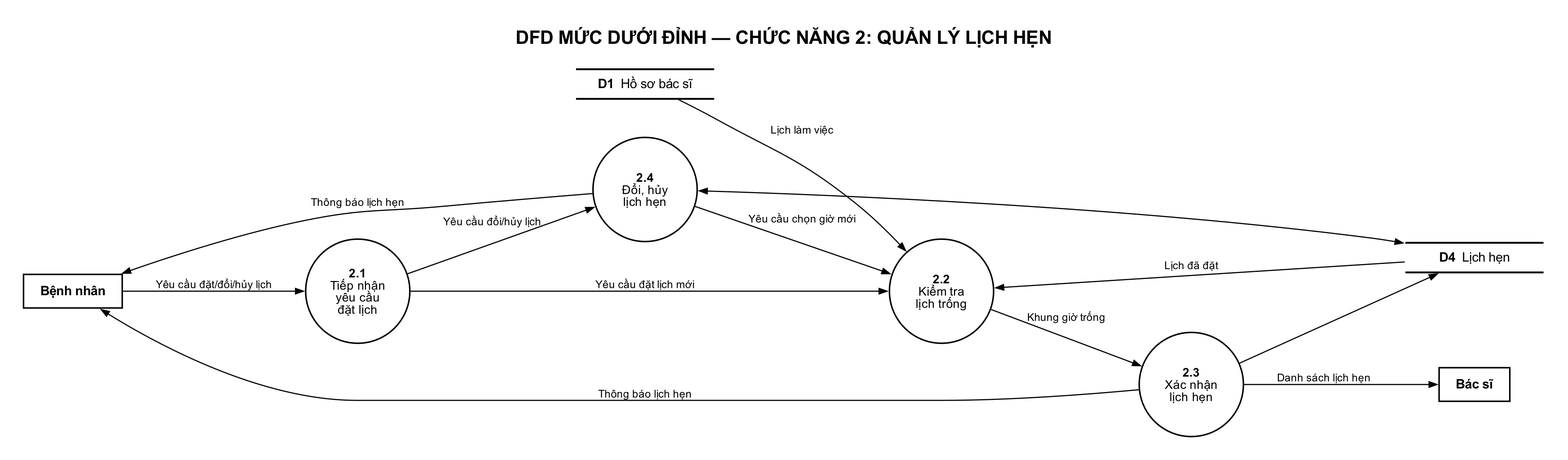
Above: ban-nang-cao/05-DFD-muc-2-chuc-nang-2-quan-ly-lich-hen.png in DamDucThinh/quan-ly-phong-kham (Graphviz), before the change. Its source is kept beside it as nguon/05-DFD-muc-2-chuc-nang-2-quan-ly-lich-hen.gv.
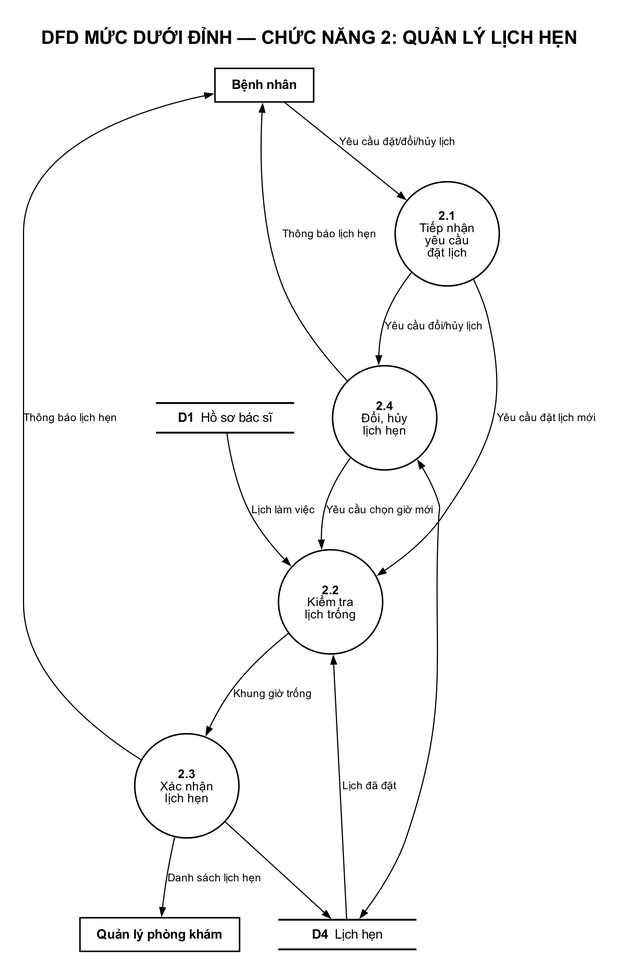
Later version of the same file.

Diff of the diagram source:
```diff
@@ -1,9 +1,9 @@
 digraph G {
-  graph [fontname="Arial", bgcolor="white", pad=0.35, labelloc=t, fontsize=20, label=<<B>DFD MỨC DƯỚI ĐỈNH — CHỨC NĂNG 2: QUẢN LÝ LỊCH HẸN</B><BR/> >, rankdir=LR, nodesep=0.55, ranksep=1.0];
+  graph [fontname="Arial", bgcolor="white", pad=0.35, labelloc=t, fontsize=20, label=<<B>DFD MỨC DƯỚI ĐỈNH — CHỨC NĂNG 2: QUẢN LÝ LỊCH HẸN</B><BR/> >, rankdir=TB, nodesep=0.55, ranksep=1.0];
   node [fontname="Arial", color="black"];
   edge [fontname="Arial", fontsize=11.5, arrowsize=0.85, penwidth=1.2];
   BN [shape=box, style="filled,bold", fillcolor="#ffffff", penwidth=1.6, margin="0.25,0.14", fontsize=14, label=<<B>Bệnh nhân</B>>];
-  BS [shape=box, style="filled,bold", fillcolor="#ffffff", penwidth=1.6, margin="0.25,0.14", fontsize=14, label=<<B>Bác sĩ</B>>];
+  QL [shape=box, style="filled,bold", fillcolor="#ffffff", penwidth=1.6, margin="0.25,0.14", fontsize=14, label=<<B>Quản lý phòng khám</B>>];
   P21 [shape=circle, fixedsize=true, width=1.55, penwidth=1.6, fontsize=13, label=<<B>2.1</B><BR/>Tiếp nhận<BR/>yêu cầu<BR/>đặt lịch>];
   P22 [shape=circle, fixedsize=true, width=1.55, penwidth=1.6, fontsize=13, label=<<B>2.2</B><BR/>Kiểm tra<BR/>lịch trống>];
   P23 [shape=circle, fixedsize=true, width=1.55, penwidth=1.6, fontsize=13, label=<<B>2.3</B><BR/>Xác nhận<BR/>lịch hẹn>];
@@ -18,7 +18,7 @@
   P22 -> P23 [label=<Khung giờ trống>];
   P23 -> D4 [];
   P23 -> BN [label=<Thông báo lịch hẹn>];
-  P23 -> BS [label=<Danh sách lịch hẹn>];
+  P23 -> QL [label=<Danh sách lịch hẹn>];
   P24 -> D4 [dir=both];
   P24 -> P22 [label=<Yêu cầu chọn giờ mới>];
   P24 -> BN [label=<Thông báo lịch hẹn>];
```
